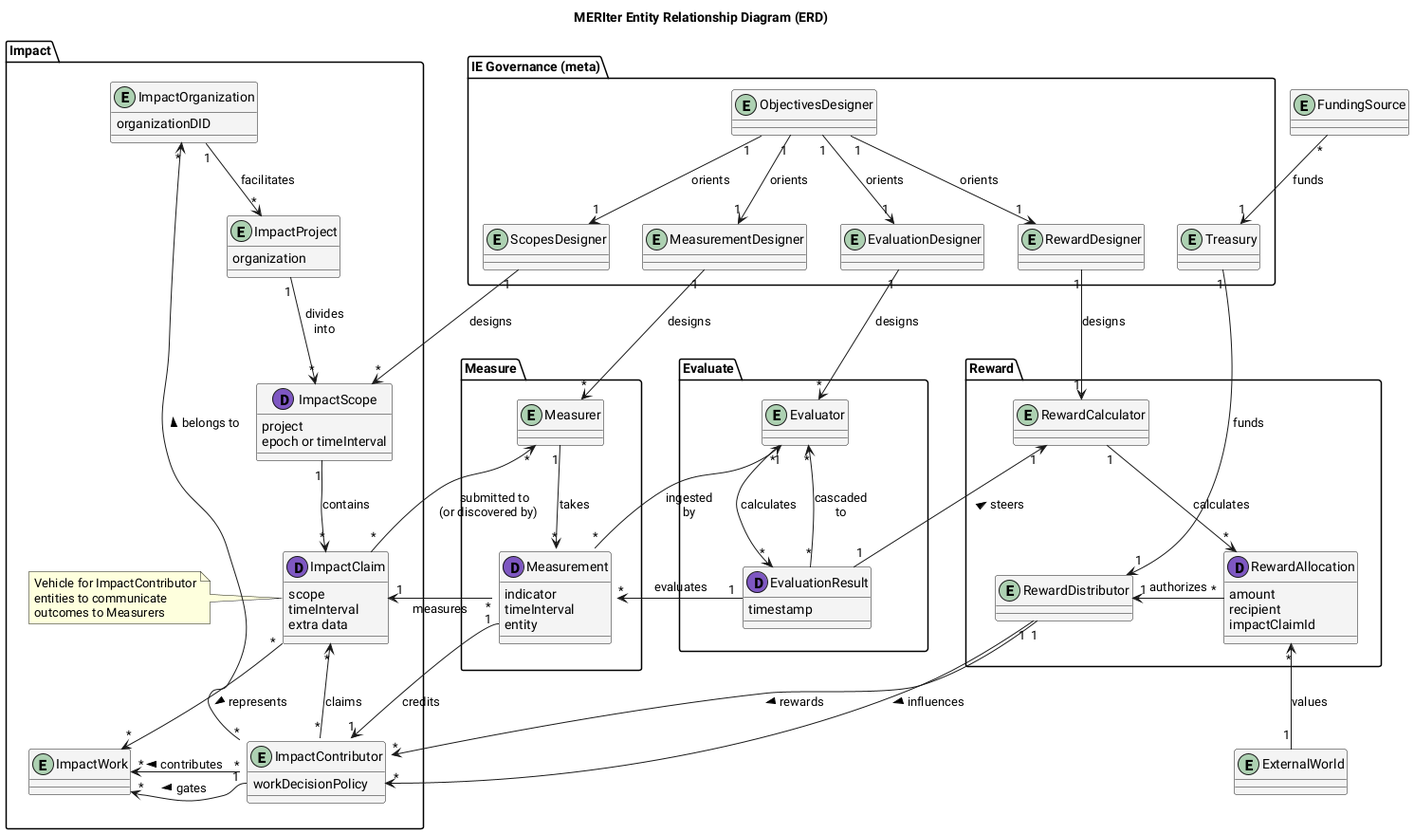
This is diagrams/ERD.png from aspiers/ImpactEvaluators, a PlantUML export, as it was before one commit.
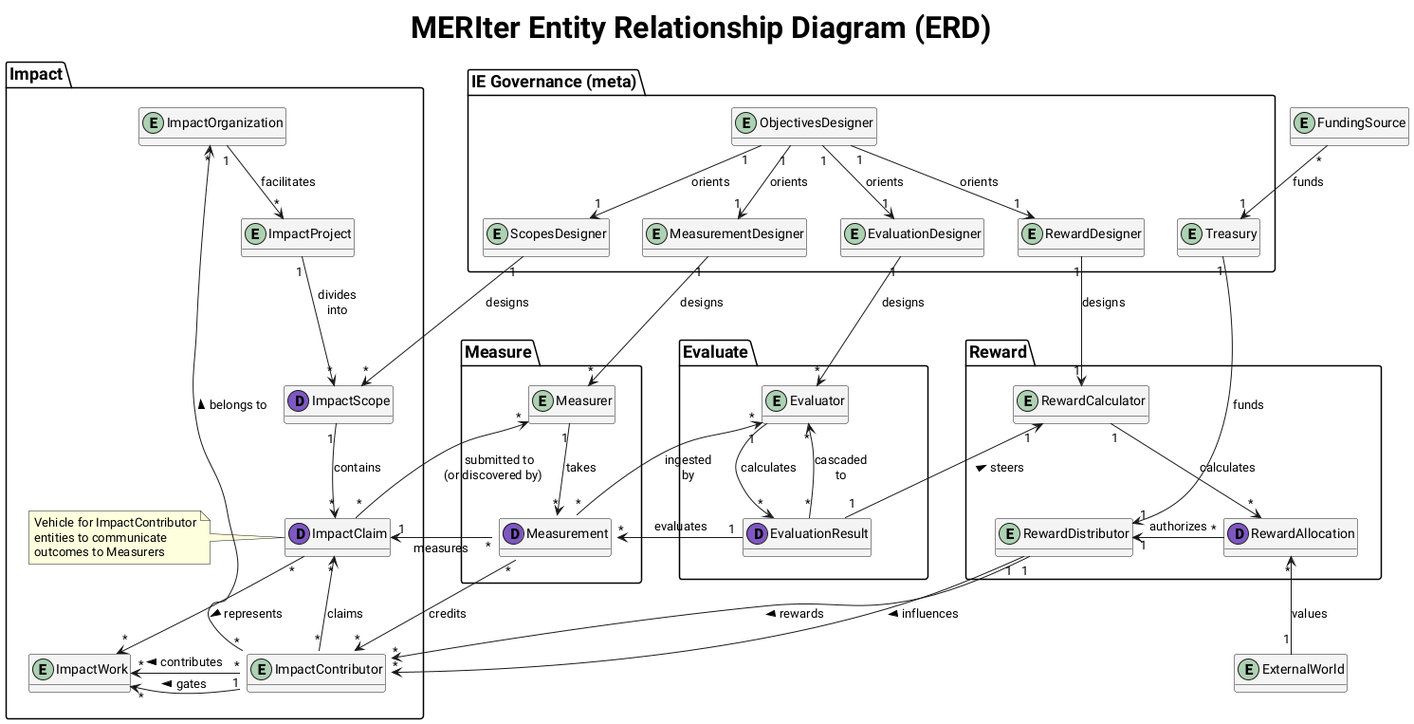
Above is the later version.

Commit message:
expand focus areas and make fields optional

The edit, as a diff of the source:
```diff
@@ -1,7 +1,30 @@
 @startuml "MERIter ERD"
-title "MERIter Entity Relationship Diagram (ERD)"
+
+!$PROJECT_NAME = "MERIter"
+!$DIAGRAM_TYPE = "Entity Relationship Diagram (ERD)"
+!$FULL_TITLE = $PROJECT_NAME + " " + $DIAGRAM_TYPE
+
+!$SHOW_FIELDS = %false()
+!$SHOW_EAS_FIELDS = %false()
+
+title $FULL_TITLE
+
+!if (%not($SHOW_FIELDS))
+hide empty fields
+!endif
 
 <style>
+document {
+    title {
+        FontSize 32
+        FontStyle bold
+    }
+}
+package {
+    title {
+        FontSize 18
+    }
+}
 classDiagram {
     class {
         BackgroundColor #55555511
@@ -37,20 +60,52 @@
 
 package Impact {
     entity ImpactOrganization {
+        !if ($SHOW_FIELDS)
         organizationDID
+        !endif
     }
     entity ImpactProject {
+        !if ($SHOW_FIELDS)
         organization
+        !endif
     }
     entity ImpactWork
     dataclass ImpactScope {
-        project
+        !if ($SHOW_FIELDS)
+        projectUID
         epoch or timeInterval
+        !if ($SHOW_EAS_FIELDS)
+        --
+        uid
+        schema
+        refUID
+        time (of creation)
+        expirationTime
+        revocationTime
+        recipient
+        attester
+        revocable
+        !endif
+        !endif
     }
     dataclass ImpactClaim {
+        !if ($SHOW_FIELDS)
         scope
         timeInterval
         extra data
+        !if ($SHOW_EAS_FIELDS)
+        --
+        uid
+        schema
+        refUID
+        time (of creation)
+        expirationTime
+        revocationTime
+        recipient
+        attester
+        revocable
+        !endif
+        !endif
     }
     note left of ImpactClaim
         Vehicle for ImpactContributor
@@ -59,7 +114,9 @@
     end note
 
     entity ImpactContributor {
+        !if ($SHOW_FIELDS)
         workDecisionPolicy
+        !endif
     }
 
     ImpactOrganization "1" -d-> "*" ImpactProject : facilitates
@@ -74,22 +131,39 @@
 
 package Measure {
     dataclass Measurement {
+        !if ($SHOW_FIELDS)
+        impactClaimId
         indicator
         timeInterval
         entity
+        !if ($SHOW_EAS_FIELDS)
+        --
+        uid
+        schema
+        refUID
+        time (of creation)
+        expirationTime
+        revocationTime
+        recipient
+        attester
+        revocable
+        !endif
+        !endif
     }
     entity Measurer
 
     ImpactClaim "*" --> "*" Measurer : "submitted to\n(or discovered by)    "
 
     Measurer "1" --> "*" Measurement : takes
-    Measurement "*" -l-> "1" ImpactClaim : measures
-    Measurement::entity "1" --> "1" ImpactContributor : credits
+    Measurement::impactClaimId "*" -l-> "1" ImpactClaim : measures
+    Measurement::entity "*" --> "*" ImpactContributor : credits
 }
 
 package Evaluate {
     dataclass EvaluationResult {
+        !if ($SHOW_FIELDS)
         timestamp
+        !endif
     }
     entity Evaluator
 
@@ -101,9 +175,11 @@
 package Reward {
     entity RewardCalculator
     dataclass RewardAllocation {
+        !if ($SHOW_FIELDS)
         amount
         recipient
         impactClaimId
+        !endif
     }
     entity RewardDistributor
 
```
